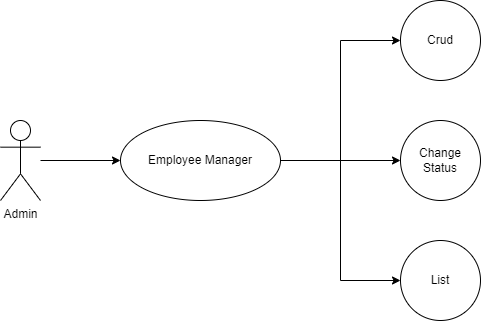
The draw.io diagram Document/Use_Case_Admin/Use_Case_EmployeeManager.png in Kutelata/DoAnTotNghiep, before a commit. Source tidied: cells renumbered, new cells last; positions are measured from the earlier drawing's top-left corner, leaving out a move shared by most shapes. Its diagram source:
```xml
<mxGraphModel>
  <root>
    <mxCell id="0" />
    <mxCell id="1" parent="0" />
    <mxCell id="2" style="edgeStyle=orthogonalEdgeStyle;rounded=0;jettySize=auto;html=1;entryX=0;entryY=0.5;entryDx=0;entryDy=0;" parent="1" edge="1" source="3" target="7">
      <mxGeometry relative="1" as="geometry" />
    </mxCell>
    <mxCell id="3" value="Admin" style="shape=umlActor;verticalLabelPosition=bottom;verticalAlign=top;html=1;outlineConnect=0;" parent="1" vertex="1">
      <mxGeometry y="120" width="40" height="80" as="geometry" />
    </mxCell>
    <mxCell id="4" style="edgeStyle=orthogonalEdgeStyle;rounded=0;jettySize=auto;html=1;entryX=0;entryY=0.5;entryDx=0;entryDy=0;" parent="1" edge="1" source="7" target="8">
      <mxGeometry relative="1" as="geometry" />
    </mxCell>
    <mxCell id="5" style="edgeStyle=orthogonalEdgeStyle;rounded=0;jettySize=auto;html=1;entryX=0;entryY=0.5;entryDx=0;entryDy=0;" parent="1" edge="1" source="7" target="9">
      <mxGeometry relative="1" as="geometry" />
    </mxCell>
    <mxCell id="6" style="edgeStyle=orthogonalEdgeStyle;rounded=0;jettySize=auto;html=1;entryX=0;entryY=0.5;entryDx=0;entryDy=0;" parent="1" edge="1" source="7" target="10">
      <mxGeometry relative="1" as="geometry" />
    </mxCell>
    <mxCell id="7" value="Employee Manager" style="ellipse;whiteSpace=wrap;html=1;" parent="1" vertex="1">
      <mxGeometry x="120" y="120" width="160" height="80" as="geometry" />
    </mxCell>
    <mxCell id="8" value="Crud" style="ellipse;whiteSpace=wrap;html=1;" parent="1" vertex="1">
      <mxGeometry x="400" width="80" height="80" as="geometry" />
    </mxCell>
    <mxCell id="9" value="Change Status" style="ellipse;whiteSpace=wrap;html=1;" parent="1" vertex="1">
      <mxGeometry x="400" y="120" width="80" height="80" as="geometry" />
    </mxCell>
    <mxCell id="10" value="List" style="ellipse;whiteSpace=wrap;html=1;" parent="1" vertex="1">
      <mxGeometry x="400" y="240" width="80" height="80" as="geometry" />
    </mxCell>
  </root>
</mxGraphModel>
```
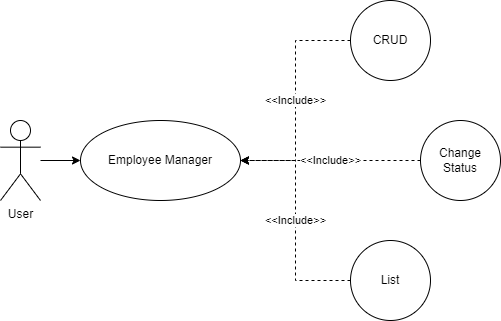
The same file after the commit.

Diff of the diagram source:
```diff
@@ -2,32 +2,32 @@
   <root>
     <mxCell id="0" />
     <mxCell id="1" parent="0" />
-    <mxCell id="2" style="edgeStyle=orthogonalEdgeStyle;rounded=0;jettySize=auto;html=1;entryX=0;entryY=0.5;entryDx=0;entryDy=0;" parent="1" edge="1" source="3" target="7">
-      <mxGeometry relative="1" as="geometry" />
-    </mxCell>
-    <mxCell id="3" value="Admin" style="shape=umlActor;verticalLabelPosition=bottom;verticalAlign=top;html=1;outlineConnect=0;" parent="1" vertex="1">
-      <mxGeometry y="120" width="40" height="80" as="geometry" />
-    </mxCell>
-    <mxCell id="4" style="edgeStyle=orthogonalEdgeStyle;rounded=0;jettySize=auto;html=1;entryX=0;entryY=0.5;entryDx=0;entryDy=0;" parent="1" edge="1" source="7" target="8">
-      <mxGeometry relative="1" as="geometry" />
-    </mxCell>
-    <mxCell id="5" style="edgeStyle=orthogonalEdgeStyle;rounded=0;jettySize=auto;html=1;entryX=0;entryY=0.5;entryDx=0;entryDy=0;" parent="1" edge="1" source="7" target="9">
-      <mxGeometry relative="1" as="geometry" />
-    </mxCell>
-    <mxCell id="6" style="edgeStyle=orthogonalEdgeStyle;rounded=0;jettySize=auto;html=1;entryX=0;entryY=0.5;entryDx=0;entryDy=0;" parent="1" edge="1" source="7" target="10">
-      <mxGeometry relative="1" as="geometry" />
-    </mxCell>
+    <mxCell id="11" style="edgeStyle=orthogonalEdgeStyle;rounded=0;jettySize=auto;html=1;" parent="1" edge="1" source="12" target="7">
+      <mxGeometry relative="1" as="geometry" />
+    </mxCell>
+    <mxCell id="12" value="User" style="shape=umlActor;verticalLabelPosition=bottom;verticalAlign=top;html=1;outlineConnect=0;" parent="1" vertex="1">
+      <mxGeometry x="-70" y="160" width="40" height="80" as="geometry" />
+    </mxCell>
     <mxCell id="7" value="Employee Manager" style="ellipse;whiteSpace=wrap;html=1;" parent="1" vertex="1">
-      <mxGeometry x="120" y="120" width="160" height="80" as="geometry" />
+      <mxGeometry x="10" y="160" width="160" height="80" as="geometry" />
     </mxCell>
-    <mxCell id="8" value="Crud" style="ellipse;whiteSpace=wrap;html=1;" parent="1" vertex="1">
-      <mxGeometry x="400" width="80" height="80" as="geometry" />
-    </mxCell>
+    <mxCell id="13" value="&amp;lt;&amp;lt;Include&amp;gt;&amp;gt;" style="edgeStyle=orthogonalEdgeStyle;rounded=0;jettySize=auto;html=1;dashed=1;entryX=1;entryY=0.5;entryDx=0;entryDy=0;" parent="1" edge="1" source="14" target="7">
+      <mxGeometry relative="1" as="geometry" />
+    </mxCell>
+    <mxCell id="14" value="CRUD" style="ellipse;whiteSpace=wrap;html=1;" parent="1" vertex="1">
+      <mxGeometry x="280" y="40" width="80" height="80" as="geometry" />
+    </mxCell>
+    <mxCell id="15" value="&amp;lt;&amp;lt;Include&amp;gt;&amp;gt;" style="edgeStyle=orthogonalEdgeStyle;rounded=0;jettySize=auto;html=1;dashed=1;" parent="1" edge="1" source="9" target="7">
+      <mxGeometry relative="1" as="geometry" />
+    </mxCell>
     <mxCell id="9" value="Change Status" style="ellipse;whiteSpace=wrap;html=1;" parent="1" vertex="1">
-      <mxGeometry x="400" y="120" width="80" height="80" as="geometry" />
+      <mxGeometry x="350" y="160" width="80" height="80" as="geometry" />
     </mxCell>
+    <mxCell id="16" value="&amp;lt;&amp;lt;Include&amp;gt;&amp;gt;" style="edgeStyle=orthogonalEdgeStyle;rounded=0;jettySize=auto;html=1;entryX=1;entryY=0.5;entryDx=0;entryDy=0;dashed=1;" parent="1" edge="1" source="10" target="7">
+      <mxGeometry relative="1" as="geometry" />
+    </mxCell>
     <mxCell id="10" value="List" style="ellipse;whiteSpace=wrap;html=1;" parent="1" vertex="1">
-      <mxGeometry x="400" y="240" width="80" height="80" as="geometry" />
+      <mxGeometry x="280" y="280" width="80" height="80" as="geometry" />
     </mxCell>
   </root>
 </mxGraphModel>
```
